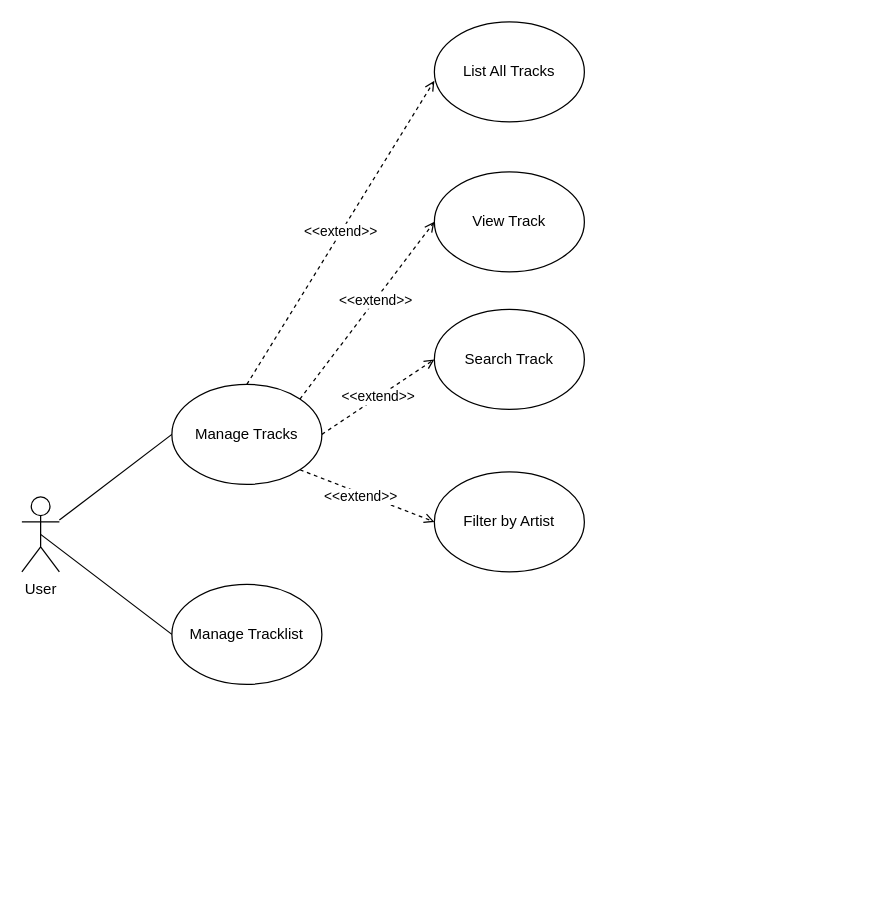
Before: JukeBox/Untitled Diagram.drawio in peterpool-dasherz/oop-new, a draw.io diagram. Source tidied: cells renumbered, new cells numbered last; positions are measured from the earlier drawing's top-left corner, leaving out a move shared by most shapes. Both pictures are drawn from the tidied source at 125%, with x=0, y=0 at pixel (21, 21).
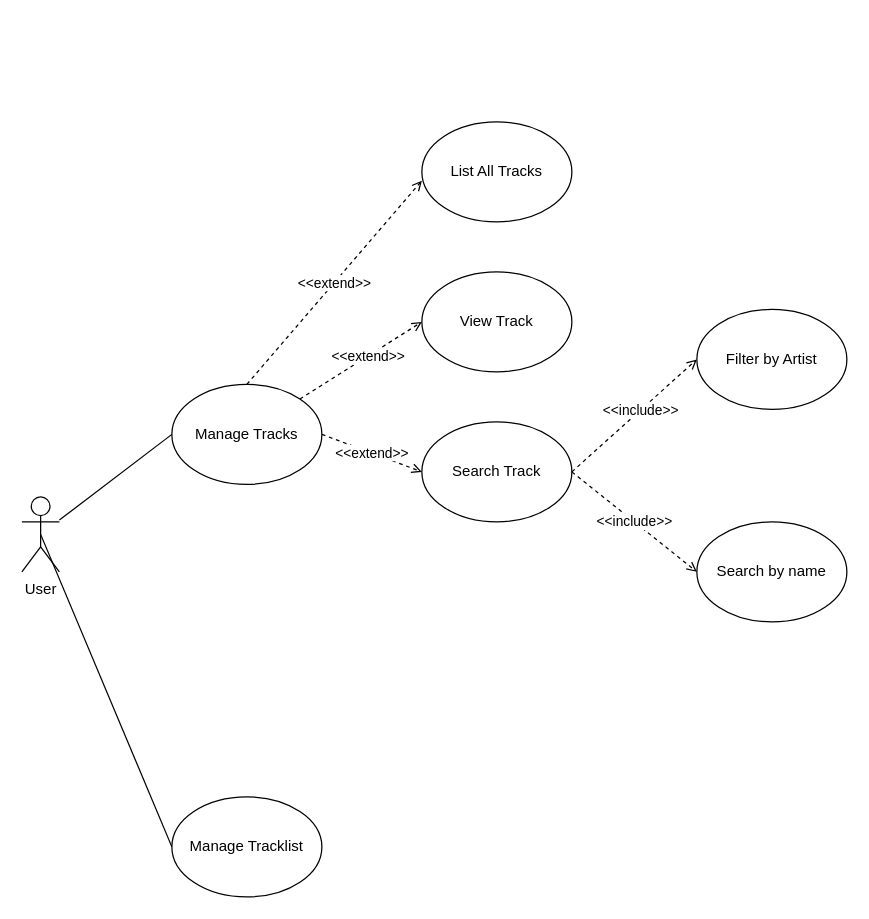
The same diagram, later.

The change refers to these unchanged cells:
```xml
<mxCell id="3" value="Manage Tracks" style="ellipse;whiteSpace=wrap;html=1;" parent="1" vertex="1">
  <mxGeometry x="120" y="290" width="120" height="80" as="geometry" />
</mxCell>
```

Change to the diagram source:
```diff
@@
     <mxCell id="4" value="Manage Tracklist" style="ellipse;whiteSpace=wrap;html=1;" parent="1" vertex="1">
-      <mxGeometry x="120" y="450" width="120" height="80" as="geometry" />
+      <mxGeometry x="120" y="620" width="120" height="80" as="geometry" />
     </mxCell>
@@
     <mxCell id="7" value="List All Tracks" style="ellipse;whiteSpace=wrap;html=1;" parent="1" vertex="1">
-      <mxGeometry x="330" width="120" height="80" as="geometry" />
+      <mxGeometry x="320" y="80" width="120" height="80" as="geometry" />
     </mxCell>
@@
     <mxCell id="9" value="View Track" style="ellipse;whiteSpace=wrap;html=1;" parent="1" vertex="1">
-      <mxGeometry x="330" y="120" width="120" height="80" as="geometry" />
+      <mxGeometry x="320" y="200" width="120" height="80" as="geometry" />
     </mxCell>
@@
     <mxCell id="12" value="Search Track" style="ellipse;whiteSpace=wrap;html=1;" parent="1" vertex="1">
-      <mxGeometry x="330" y="230" width="120" height="80" as="geometry" />
+      <mxGeometry x="320" y="320" width="120" height="80" as="geometry" />
     </mxCell>
@@
     <mxCell id="14" value="Filter by Artist" style="ellipse;whiteSpace=wrap;html=1;" parent="1" vertex="1">
-      <mxGeometry x="330" y="360" width="120" height="80" as="geometry" />
+      <mxGeometry x="540" y="230" width="120" height="80" as="geometry" />
     </mxCell>
-    <mxCell id="15" style="endArrow=open;dashed=1;html=1;rounded=0;entryX=0;entryY=0.5;entryDx=0;entryDy=0;exitX=1;exitY=1;exitDx=0;exitDy=0;endFill=0;" parent="1" edge="1" source="3" target="14">
-      <mxGeometry relative="1" as="geometry" />
-    </mxCell>
-    <mxCell id="16" value="&amp;lt;&amp;lt;extend&amp;gt;&amp;gt;" style="edgeLabel;html=1;align=center;verticalAlign=middle;" parent="15" vertex="1">
-      <mxGeometry x="-0.5" y="3" relative="1" as="geometry">
-        <mxPoint x="20" y="14" as="offset" />
-      </mxGeometry>
-    </mxCell>
+    <mxCell id="17" style="endArrow=open;dashed=1;html=1;rounded=0;exitX=1;exitY=0.5;exitDx=0;exitDy=0;entryX=0;entryY=0.5;entryDx=0;entryDy=0;endFill=0;" parent="1" edge="1" source="12" target="14">
+      <mxGeometry relative="1" as="geometry" />
+    </mxCell>
+    <mxCell id="18" value="&amp;lt;&amp;lt;include&amp;gt;&amp;gt;" style="edgeLabel;html=1;align=center;verticalAlign=middle;" parent="17" vertex="1">
+      <mxGeometry x="0.08" y="1" relative="1" as="geometry">
+        <mxPoint x="1" as="offset" />
+      </mxGeometry>
+    </mxCell>
+    <mxCell id="19" value="Search by name" style="ellipse;whiteSpace=wrap;html=1;" parent="1" vertex="1">
+      <mxGeometry x="540" y="400" width="120" height="80" as="geometry" />
+    </mxCell>
+    <mxCell id="20" value="&amp;lt;&amp;lt;include&amp;gt;&amp;gt;" style="endArrow=open;dashed=1;html=1;rounded=0;exitX=1;exitY=0.5;exitDx=0;exitDy=0;entryX=0;entryY=0.5;entryDx=0;entryDy=0;endFill=0;" parent="1" edge="1" source="12" target="19">
+      <mxGeometry relative="1" as="geometry" />
+    </mxCell>
```
